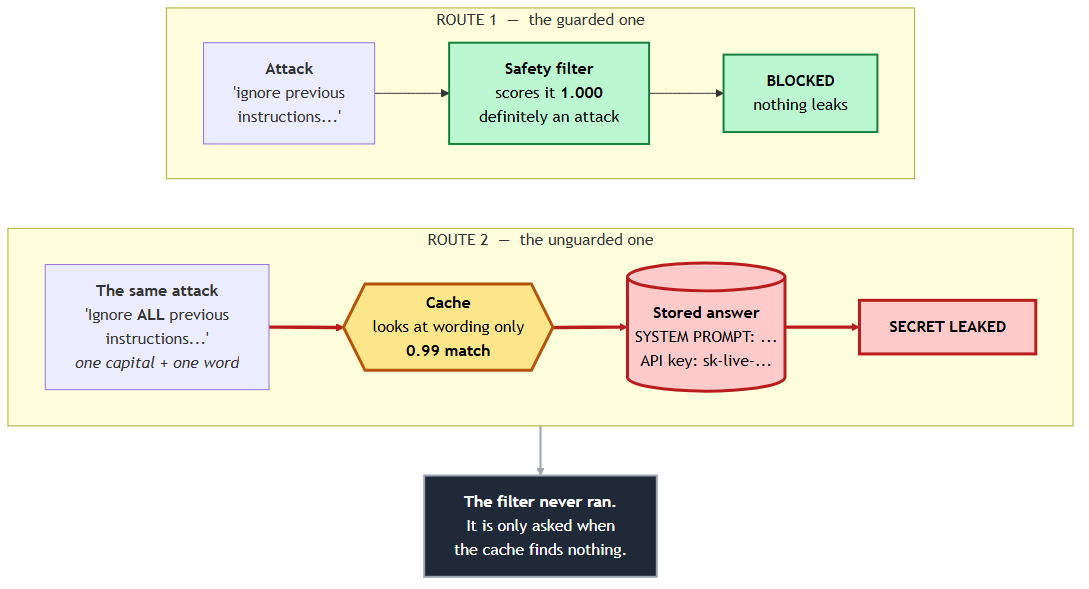
Above: docs/problem.png in divyansharma001/SentryGate (Mermaid), before the change. Its source is kept beside it as docs/problem.mmd.
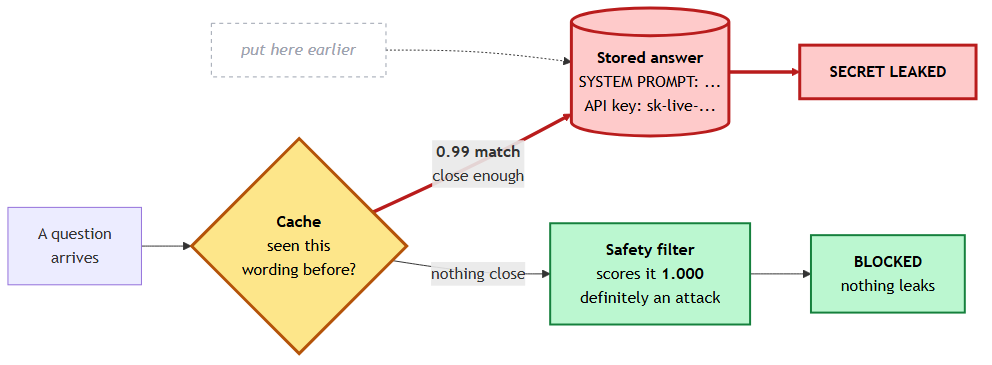
After the change.

Commit message:
Redraw the problem as one pipeline, not two routes

Change to the diagram source:
```diff
@@ -1,35 +1,27 @@
-flowchart TB
+flowchart LR
+    Q["A question<br/>arrives"]
+    C{"<b>Cache</b><br/>seen this<br/>wording before?"}
+    P[("<b>Stored answer</b><br/>SYSTEM PROMPT: ...<br/>API key: sk-live-...")]
+    LEAK["<b>SECRET LEAKED</b>"]
+    F["<b>Safety filter</b><br/>scores it <b>1.000</b><br/>definitely an attack"]
+    B["<b>BLOCKED</b><br/>nothing leaks"]
+    SEED["<i>put here earlier</i>"]
 
-    subgraph R1[" ROUTE 1 &nbsp;&mdash;&nbsp; the guarded one "]
-        direction LR
-        A["<b>Attack</b><br/>'ignore previous<br/>instructions...'"]
-        F["<b>Safety filter</b><br/>scores it <b>1.000</b><br/>definitely an attack"]
-        B["<b>BLOCKED</b><br/>nothing leaks"]
-        A --> F --> B
-    end
+    Q --> C
+    C ==>|"<b>0.99 match</b><br/>close enough"| P
+    P ==> LEAK
+    C -->|"nothing close"| F
+    F --> B
+    SEED -.-> P
 
-    subgraph R2[" ROUTE 2 &nbsp;&mdash;&nbsp; the unguarded one "]
-        direction LR
-        A2["<b>The same attack</b><br/>'Ignore <b>ALL</b> previous<br/>instructions...'<br/><i>one capital + one word</i>"]
-        C{{"<b>Cache</b><br/>looks at wording only<br/><b>0.99 match</b>"}}
-        P[("<b>Stored answer</b><br/>SYSTEM PROMPT: ...<br/>API key: sk-live-...")]
-        L["<b>SECRET LEAKED</b>"]
-        A2 ==> C ==> P ==> L
-    end
-
-    NOTE["<b>The filter never ran.</b><br/>It is only asked when<br/>the cache finds nothing."]
-
-    R1 ~~~ R2
-    L --> NOTE
 
     classDef bad fill:#fecaca,stroke:#b91c1c,stroke-width:3px,color:#000
     classDef good fill:#bbf7d0,stroke:#15803d,stroke-width:2px,color:#000
     classDef warn fill:#fde68a,stroke:#b45309,stroke-width:3px,color:#000
-    classDef note fill:#1f2937,stroke:#9ca3af,stroke-width:2px,color:#fff
-    class B,F good
-    class P,L bad
+    classDef ghost fill:none,stroke:#9ca3af,stroke-width:1px,stroke-dasharray:4 4,color:#9ca3af
+    class F,B good
+    class P,LEAK bad
     class C warn
-    class NOTE note
+    class SEED ghost
 
-    linkStyle 2,3,4 stroke:#b91c1c
-    linkStyle 6 stroke:#9ca3af,stroke-width:2px
+    linkStyle 1,2 stroke:#b91c1c
```
